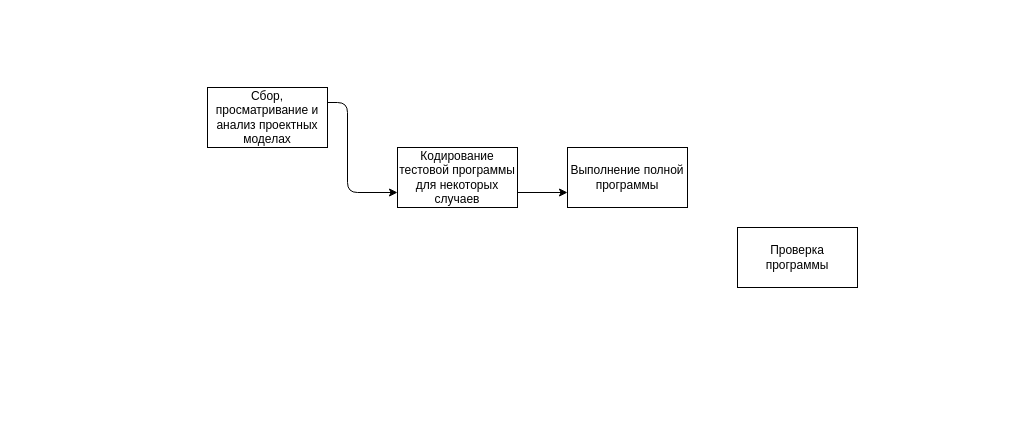
The draw.io diagram page "A5" (7 of 8) of Biểu đồ không có tiêu đề.drawio in quyettranvu/Lab1_IDEF, before the edit. Source tidied: cells renumbered, new cells numbered last; positions are measured from the earlier drawing's top-left corner, leaving out a move shared by most shapes. Both pictures are drawn from the tidied source at 100%, with x=0, y=0 at pixel (207, 87).
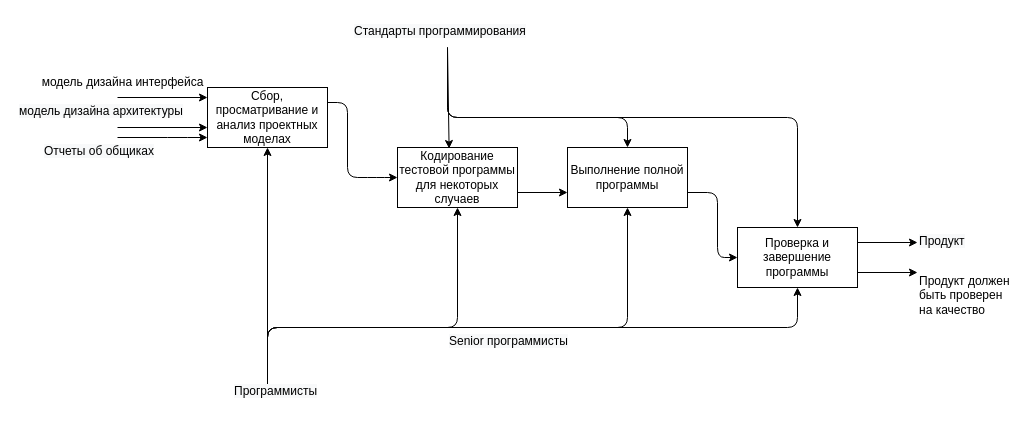
After the change.

The change refers to these unchanged cells:
```xml
<mxCell id="2" value="Сбор, просматривание и анализ проектных моделах" style="rounded=0;whiteSpace=wrap;html=1;fontSize=12;" parent="1" vertex="1">
  <mxGeometry width="120" height="60" as="geometry" />
</mxCell>
<mxCell id="3" value="Кодирование тестовой программы для некоторых случаев" style="rounded=0;whiteSpace=wrap;html=1;fontSize=12;" parent="1" vertex="1">
  <mxGeometry x="190" y="60" width="120" height="60" as="geometry" />
</mxCell>
<mxCell id="4" value="Выполнение полной программы" style="rounded=0;whiteSpace=wrap;html=1;fontSize=12;" parent="1" vertex="1">
  <mxGeometry x="360" y="60" width="120" height="60" as="geometry" />
</mxCell>
```

Change to the diagram source:
```diff
@@
-    <mxCell id="5" value="Проверка программы" style="rounded=0;whiteSpace=wrap;html=1;fontSize=12;" parent="1" vertex="1">
+    <mxCell id="5" value="Проверка и завершение программы" style="rounded=0;whiteSpace=wrap;html=1;fontSize=12;" parent="1" vertex="1">
       <mxGeometry x="530" y="140" width="120" height="60" as="geometry" />
     </mxCell>
-    <mxCell id="6" style="endArrow=classic;html=1;rounded=1;fontSize=12;exitX=1;exitY=0.25;exitDx=0;exitDy=0;entryX=0;entryY=0.75;entryDx=0;entryDy=0;" parent="1" edge="1" source="2" target="3">
+    <mxCell id="6" style="endArrow=classic;html=1;rounded=1;fontSize=12;exitX=1;exitY=0.25;exitDx=0;exitDy=0;entryX=0;entryY=0.5;entryDx=0;entryDy=0;" parent="1" edge="1" source="2" target="3">
       <mxGeometry relative="1" as="geometry">
         <Array as="points">
           <mxPoint x="140" y="15" />
-          <mxPoint x="140" y="105" />
+          <mxPoint x="140" y="90" />
+          <mxPoint x="170" y="90" />
         </Array>
       </mxGeometry>
     </mxCell>
@@
+    <mxCell id="8" style="endArrow=classic;html=1;rounded=1;fontSize=12;entryX=0;entryY=0.5;entryDx=0;entryDy=0;exitX=1;exitY=0.75;exitDx=0;exitDy=0;" parent="1" edge="1" source="4" target="5">
+      <mxGeometry relative="1" as="geometry">
+        <Array as="points">
+          <mxPoint x="510" y="105" />
+          <mxPoint x="510" y="170" />
+        </Array>
+      </mxGeometry>
+    </mxCell>
+    <mxCell id="9" style="endArrow=classic;html=1;rounded=1;fontSize=12;entryX=0.5;entryY=1;entryDx=0;entryDy=0;" parent="1" edge="1" target="2">
+      <mxGeometry relative="1" as="geometry">
+        <mxPoint x="60" y="300" as="sourcePoint" />
+      </mxGeometry>
+    </mxCell>
+    <mxCell id="10" style="endArrow=classic;html=1;rounded=1;fontSize=12;entryX=0.5;entryY=1;entryDx=0;entryDy=0;" parent="1" edge="1" target="3">
+      <mxGeometry relative="1" as="geometry">
+        <mxPoint x="60" y="300" as="sourcePoint" />
+        <Array as="points">
+          <mxPoint x="60" y="240" />
+          <mxPoint x="250" y="240" />
+        </Array>
+      </mxGeometry>
+    </mxCell>
+    <mxCell id="11" style="endArrow=classic;html=1;rounded=1;fontSize=12;entryX=0.5;entryY=1;entryDx=0;entryDy=0;" parent="1" edge="1" target="4">
+      <mxGeometry relative="1" as="geometry">
+        <mxPoint x="60" y="300" as="sourcePoint" />
+        <Array as="points">
+          <mxPoint x="60" y="240" />
+          <mxPoint x="420" y="240" />
+        </Array>
+      </mxGeometry>
+    </mxCell>
+    <mxCell id="12" style="endArrow=classic;html=1;rounded=1;fontSize=12;entryX=0.5;entryY=1;entryDx=0;entryDy=0;" parent="1" edge="1" target="5">
+      <mxGeometry relative="1" as="geometry">
+        <mxPoint x="60" y="300" as="sourcePoint" />
+        <Array as="points">
+          <mxPoint x="60" y="240" />
+          <mxPoint x="590" y="240" />
+        </Array>
+      </mxGeometry>
+    </mxCell>
+    <mxCell id="13" style="endArrow=classic;html=1;rounded=1;fontSize=12;entryX=0.43;entryY=0.017;entryDx=0;entryDy=0;entryPerimeter=0;" parent="1" edge="1" target="3">
+      <mxGeometry relative="1" as="geometry">
+        <mxPoint x="240" y="-40" as="sourcePoint" />
+      </mxGeometry>
+    </mxCell>
+    <mxCell id="14" style="endArrow=classic;html=1;rounded=1;fontSize=12;entryX=0.5;entryY=0;entryDx=0;entryDy=0;" parent="1" edge="1" target="4">
+      <mxGeometry relative="1" as="geometry">
+        <mxPoint x="240" y="-40" as="sourcePoint" />
+        <Array as="points">
+          <mxPoint x="240" y="30" />
+          <mxPoint x="420" y="30" />
+        </Array>
+      </mxGeometry>
+    </mxCell>
+    <mxCell id="15" style="endArrow=classic;html=1;rounded=1;fontSize=12;entryX=0.5;entryY=0;entryDx=0;entryDy=0;" parent="1" edge="1" target="5">
+      <mxGeometry relative="1" as="geometry">
+        <mxPoint x="240" y="-40" as="sourcePoint" />
+        <Array as="points">
+          <mxPoint x="240" y="30" />
+          <mxPoint x="590" y="30" />
+        </Array>
+      </mxGeometry>
+    </mxCell>
+    <mxCell id="16" value="&lt;span style=&quot;color: rgb(0, 0, 0); font-family: Helvetica; font-size: 12px; font-style: normal; font-variant-ligatures: normal; font-variant-caps: normal; font-weight: 400; letter-spacing: normal; orphans: 2; text-align: center; text-indent: 0px; text-transform: none; widows: 2; word-spacing: 0px; -webkit-text-stroke-width: 0px; background-color: rgb(248, 249, 250); text-decoration-thickness: initial; text-decoration-style: initial; text-decoration-color: initial; float: none; display: inline !important;&quot;&gt;Стандарты программирования&lt;/span&gt;" style="text;whiteSpace=wrap;html=1;fontSize=12;" parent="1" vertex="1">
+      <mxGeometry x="145" y="-70" width="210" height="40" as="geometry" />
+    </mxCell>
+    <mxCell id="17" value="&lt;span style=&quot;color: rgb(0, 0, 0); font-family: Helvetica; font-size: 12px; font-style: normal; font-variant-ligatures: normal; font-variant-caps: normal; font-weight: 400; letter-spacing: normal; orphans: 2; text-align: center; text-indent: 0px; text-transform: none; widows: 2; word-spacing: 0px; -webkit-text-stroke-width: 0px; background-color: rgb(248, 249, 250); text-decoration-thickness: initial; text-decoration-style: initial; text-decoration-color: initial; float: none; display: inline !important;&quot;&gt;Программисты&lt;/span&gt;" style="text;whiteSpace=wrap;html=1;fontSize=12;" parent="1" vertex="1">
+      <mxGeometry x="25" y="290" width="120" height="40" as="geometry" />
+    </mxCell>
+    <mxCell id="18" value="&lt;span style=&quot;color: rgb(0, 0, 0); font-family: Helvetica; font-size: 12px; font-style: normal; font-variant-ligatures: normal; font-variant-caps: normal; font-weight: 400; letter-spacing: normal; orphans: 2; text-align: center; text-indent: 0px; text-transform: none; widows: 2; word-spacing: 0px; -webkit-text-stroke-width: 0px; background-color: rgb(248, 249, 250); text-decoration-thickness: initial; text-decoration-style: initial; text-decoration-color: initial; float: none; display: inline !important;&quot;&gt;Senior программисты&lt;/span&gt;" style="text;whiteSpace=wrap;html=1;fontSize=12;" parent="1" vertex="1">
+      <mxGeometry x="240" y="240" width="150" height="40" as="geometry" />
+    </mxCell>
+    <mxCell id="19" style="endArrow=classic;html=1;rounded=1;fontSize=12;exitX=1;exitY=0.25;exitDx=0;exitDy=0;" parent="1" edge="1" source="5">
+      <mxGeometry relative="1" as="geometry">
+        <mxPoint x="710" y="155" as="targetPoint" />
+      </mxGeometry>
+    </mxCell>
+    <mxCell id="20" style="endArrow=classic;html=1;rounded=1;fontSize=12;exitX=1;exitY=0.75;exitDx=0;exitDy=0;" parent="1" edge="1" source="5">
+      <mxGeometry relative="1" as="geometry">
+        <mxPoint x="710" y="185" as="targetPoint" />
+      </mxGeometry>
+    </mxCell>
+    <mxCell id="21" value="Продукт должен быть проверен на качество" style="text;whiteSpace=wrap;html=1;fontSize=12;" parent="1" vertex="1">
+      <mxGeometry x="710" y="180" width="100" height="40" as="geometry" />
+    </mxCell>
+    <mxCell id="22" value="&lt;span style=&quot;color: rgb(0, 0, 0); font-family: Helvetica; font-size: 12px; font-style: normal; font-variant-ligatures: normal; font-variant-caps: normal; font-weight: 400; letter-spacing: normal; orphans: 2; text-align: center; text-indent: 0px; text-transform: none; widows: 2; word-spacing: 0px; -webkit-text-stroke-width: 0px; background-color: rgb(248, 249, 250); text-decoration-thickness: initial; text-decoration-style: initial; text-decoration-color: initial; float: none; display: inline !important;&quot;&gt;Продукт&lt;/span&gt;" style="text;whiteSpace=wrap;html=1;fontSize=12;" parent="1" vertex="1">
+      <mxGeometry x="710" y="140" width="80" height="40" as="geometry" />
+    </mxCell>
+    <mxCell id="23" style="endArrow=classic;html=1;rounded=1;fontSize=12;" parent="1" edge="1">
+      <mxGeometry relative="1" as="geometry">
+        <mxPoint x="-90" y="40" as="sourcePoint" />
+        <mxPoint y="40" as="targetPoint" />
+      </mxGeometry>
+    </mxCell>
+    <mxCell id="24" style="endArrow=classic;html=1;rounded=1;fontSize=12;" parent="1" edge="1">
+      <mxGeometry relative="1" as="geometry">
+        <mxPoint x="-90" y="10" as="sourcePoint" />
+        <mxPoint y="10" as="targetPoint" />
+      </mxGeometry>
+    </mxCell>
+    <mxCell id="25" value="модель дизайна интерфейса" style="text;html=1;align=center;verticalAlign=middle;fillColor=none;strokeColor=none;rounded=0;fontSize=12;" parent="1" vertex="1">
+      <mxGeometry x="-180" y="-20" width="190" height="30" as="geometry" />
+    </mxCell>
+    <mxCell id="26" value="&lt;span style=&quot;color: rgb(0, 0, 0); font-family: Helvetica; font-size: 12px; font-style: normal; font-variant-ligatures: normal; font-variant-caps: normal; font-weight: 400; letter-spacing: normal; orphans: 2; text-align: center; text-indent: 0px; text-transform: none; widows: 2; word-spacing: 0px; -webkit-text-stroke-width: 0px; background-color: rgb(248, 249, 250); text-decoration-thickness: initial; text-decoration-style: initial; text-decoration-color: initial; float: none; display: inline !important;&quot;&gt;модель дизайна архитектуры&lt;/span&gt;" style="text;whiteSpace=wrap;html=1;fontSize=12;" parent="1" vertex="1">
+      <mxGeometry x="-190" y="10" width="190" height="40" as="geometry" />
+    </mxCell>
+    <mxCell id="27" style="endArrow=classic;html=1;rounded=1;fontSize=12;entryX=1;entryY=1;entryDx=0;entryDy=0;" parent="1" edge="1" target="26">
+      <mxGeometry relative="1" as="geometry">
+        <mxPoint x="-90" y="50" as="sourcePoint" />
+        <Array as="points">
+          <mxPoint x="-30" y="50" />
+        </Array>
+      </mxGeometry>
+    </mxCell>
+    <mxCell id="28" value="&lt;span style=&quot;color: rgb(0, 0, 0); font-family: Helvetica; font-size: 12px; font-style: normal; font-variant-ligatures: normal; font-variant-caps: normal; font-weight: 400; letter-spacing: normal; orphans: 2; text-align: center; text-indent: 0px; text-transform: none; widows: 2; word-spacing: 0px; -webkit-text-stroke-width: 0px; background-color: rgb(248, 249, 250); text-decoration-thickness: initial; text-decoration-style: initial; text-decoration-color: initial; float: none; display: inline !important;&quot;&gt;Отчеты об общиках&lt;/span&gt;" style="text;whiteSpace=wrap;html=1;fontSize=12;" parent="1" vertex="1">
+      <mxGeometry x="-165" y="50" width="140" height="40" as="geometry" />
+    </mxCell>
```
